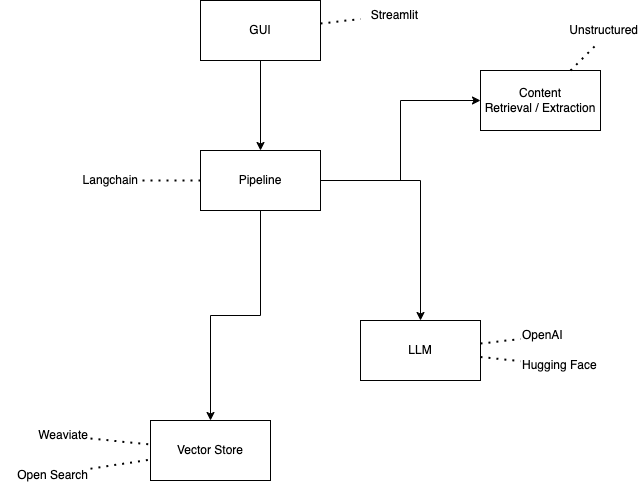
jettro/art-of-questions keeps this draw.io diagram as docs/solution-overview.drawio.png. Above is the earlier version. Source tidied: cells renumbered, new cells last; positions are measured from the earlier drawing's top-left corner, leaving out a move shared by most shapes.
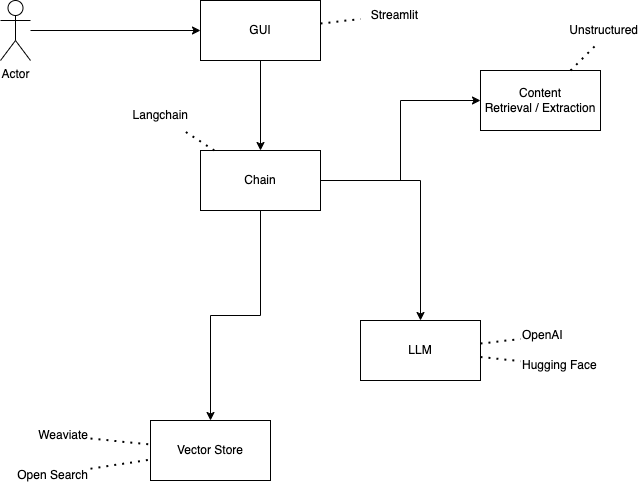
Above is the later version.

What changed in the source:
```diff
@@ -41,11 +41,11 @@
     <mxCell id="14" style="edgeStyle=orthogonalEdgeStyle;rounded=0;jettySize=auto;html=1;entryX=0;entryY=0.5;entryDx=0;entryDy=0;" parent="1" edge="1" source="15" target="22">
       <mxGeometry relative="1" as="geometry" />
     </mxCell>
-    <mxCell id="15" value="Pipeline" style="rounded=0;whiteSpace=wrap;html=1;" parent="1" vertex="1">
+    <mxCell id="15" value="Chain" style="rounded=0;whiteSpace=wrap;html=1;" parent="1" vertex="1">
       <mxGeometry x="200" y="150" width="120" height="60" as="geometry" />
     </mxCell>
     <mxCell id="16" value="Langchain" style="text;html=1;strokeColor=none;fillColor=none;align=right;verticalAlign=middle;whiteSpace=wrap;rounded=0;" parent="1" vertex="1">
-      <mxGeometry x="80" y="165" width="60" height="30" as="geometry" />
+      <mxGeometry x="130" y="100" width="60" height="30" as="geometry" />
     </mxCell>
     <mxCell id="17" style="endArrow=none;dashed=1;html=1;dashPattern=1 3;strokeWidth=2;rounded=0;" parent="1" edge="1" source="15" target="16">
       <mxGeometry relative="1" as="geometry" />
@@ -71,5 +71,11 @@
     <mxCell id="24" style="endArrow=none;dashed=1;html=1;dashPattern=1 3;strokeWidth=2;rounded=0;" parent="1" edge="1" source="22" target="23">
       <mxGeometry relative="1" as="geometry" />
     </mxCell>
+    <mxCell id="25" style="edgeStyle=orthogonalEdgeStyle;rounded=0;jettySize=auto;html=1;" parent="1" edge="1" source="26" target="19">
+      <mxGeometry relative="1" as="geometry" />
+    </mxCell>
+    <mxCell id="26" value="Actor" style="shape=umlActor;verticalLabelPosition=bottom;verticalAlign=top;html=1;outlineConnect=0;" parent="1" vertex="1">
+      <mxGeometry width="30" height="60" as="geometry" />
+    </mxCell>
   </root>
 </mxGraphModel>
```
